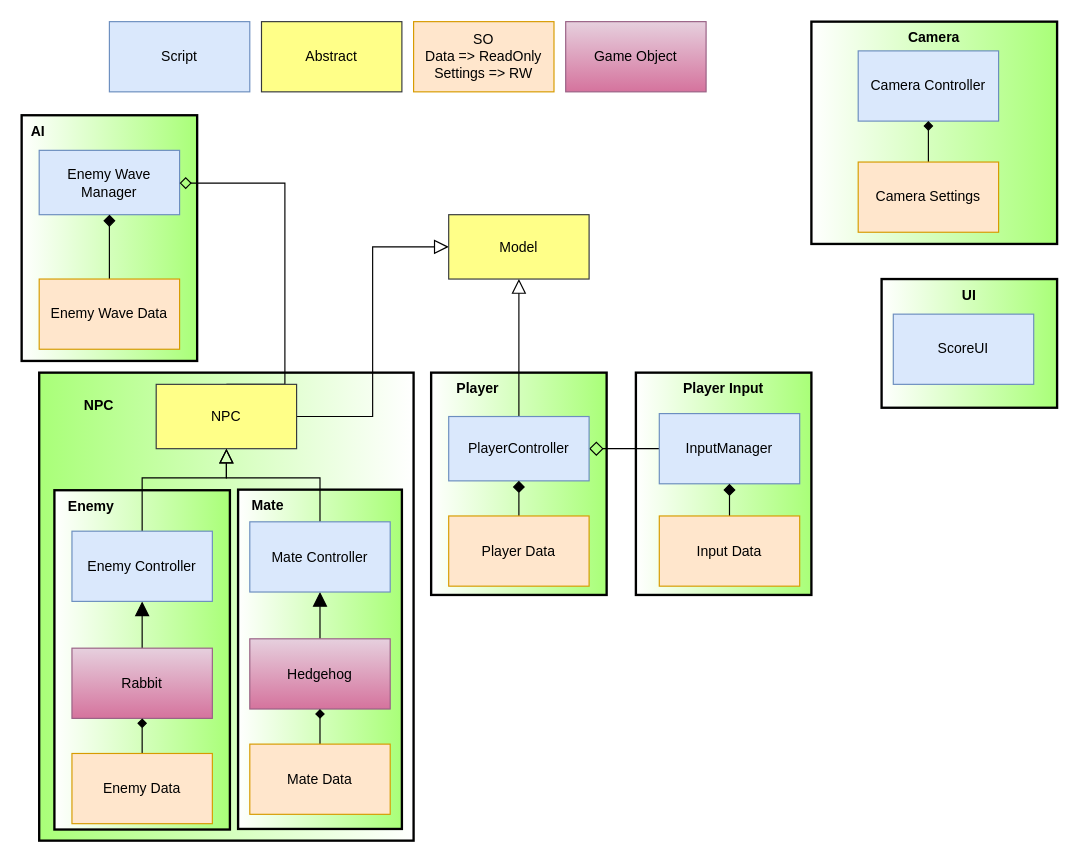
KodluyoruzDev147/H3-OmerAsikoglu-FirstOfUs keeps this draw.io diagram as FirstOfUs.drawio. Above is the earlier version. Source tidied: cells renumbered, new cells numbered last; positions are measured from the earlier drawing's top-left corner, leaving out a move shared by most shapes. Both pictures are drawn from the tidied source at 117%, with x=0, y=0 at pixel (21, 21).
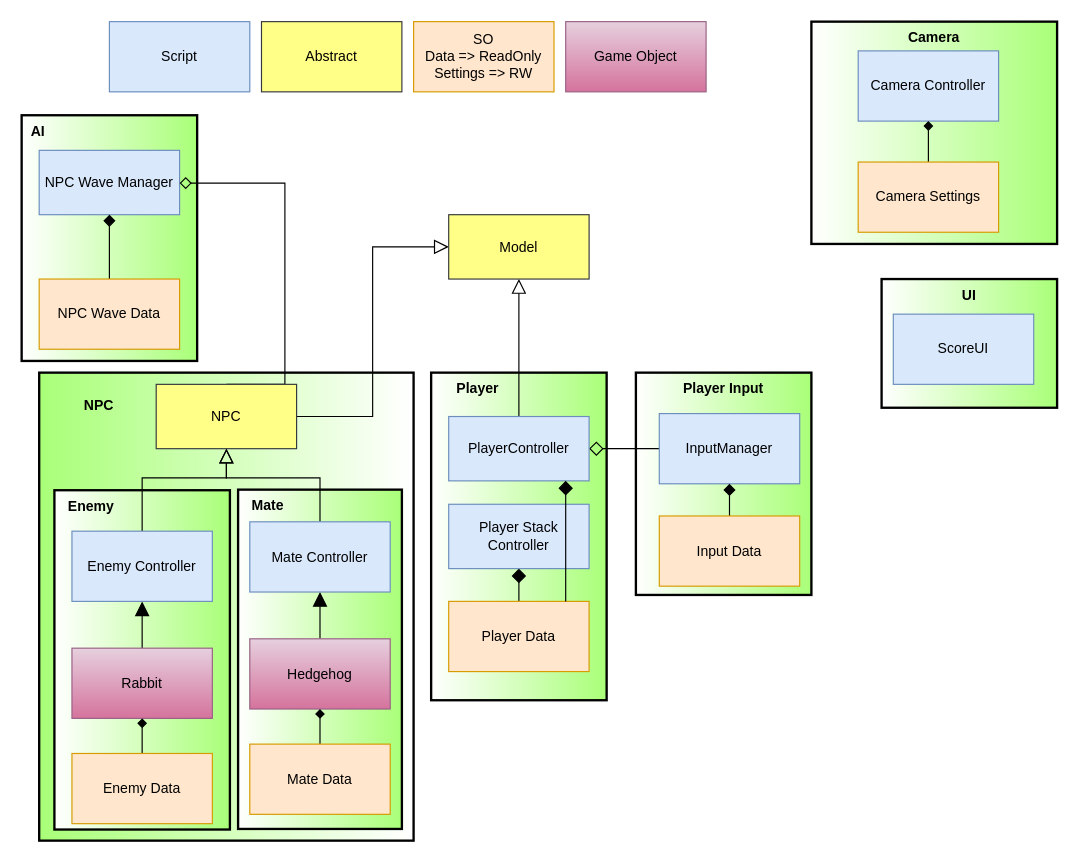
The same page after the edit.

Unchanged cells that the change refers to:
```xml
<mxCell id="21" value="PlayerController" style="rounded=0;whiteSpace=wrap;html=1;fillColor=#dae8fc;strokeColor=#6c8ebf;" parent="1" vertex="1">
  <mxGeometry x="365" y="337.5" width="120" height="55" as="geometry" />
</mxCell>
```

What changed in the source:
```diff
@@
     <mxCell id="6" value="&lt;b&gt;&amp;nbsp; &amp;nbsp; &amp;nbsp; Player&lt;/b&gt;" style="rounded=0;whiteSpace=wrap;html=1;fillColor=#A9FF78;arcSize=50;labelPadding=0;shadow=0;sketch=0;glass=0;strokeWidth=2;verticalAlign=top;gradientColor=#ffffff;gradientDirection=west;align=left;" parent="1" vertex="1">
-      <mxGeometry x="350" y="300" width="150" height="190" as="geometry" />
+      <mxGeometry x="350" y="300" width="150" height="280" as="geometry" />
     </mxCell>
@@
-    <mxCell id="22" value="Enemy Wave Manager" style="rounded=0;whiteSpace=wrap;html=1;fillColor=#dae8fc;strokeColor=#6c8ebf;" parent="1" vertex="1">
+    <mxCell id="22" value="NPC Wave Manager" style="rounded=0;whiteSpace=wrap;html=1;fillColor=#dae8fc;strokeColor=#6c8ebf;" parent="1" vertex="1">
       <mxGeometry x="15" y="110" width="120" height="55" as="geometry" />
     </mxCell>
@@
-    <mxCell id="32" value="Enemy Wave Data" style="rounded=0;whiteSpace=wrap;html=1;fillColor=#ffe6cc;strokeColor=#d79b00;" parent="1" vertex="1">
+    <mxCell id="32" value="NPC Wave Data" style="rounded=0;whiteSpace=wrap;html=1;fillColor=#ffe6cc;strokeColor=#d79b00;" parent="1" vertex="1">
       <mxGeometry x="15" y="220" width="120" height="60" as="geometry" />
     </mxCell>
-    <mxCell id="33" style="edgeStyle=orthogonalEdgeStyle;rounded=0;jettySize=auto;html=1;endArrow=diamond;endFill=1;endSize=8;" parent="1" edge="1" source="34" target="21">
-      <mxGeometry relative="1" as="geometry" />
-    </mxCell>
+    <mxCell id="45" style="edgeStyle=orthogonalEdgeStyle;rounded=0;jettySize=auto;html=1;endArrow=diamond;endFill=1;endSize=10;" parent="1" edge="1" source="34" target="46">
+      <mxGeometry relative="1" as="geometry" />
+    </mxCell>
     <mxCell id="34" value="Player Data" style="rounded=0;whiteSpace=wrap;html=1;fillColor=#ffe6cc;strokeColor=#d79b00;" parent="1" vertex="1">
-      <mxGeometry x="365" y="422.5" width="120" height="60" as="geometry" />
+      <mxGeometry x="365" y="495.5" width="120" height="60" as="geometry" />
     </mxCell>
@@
+    <mxCell id="46" value="Player Stack Controller" style="rounded=0;whiteSpace=wrap;html=1;fillColor=#dae8fc;strokeColor=#6c8ebf;" parent="1" vertex="1">
+      <mxGeometry x="365" y="412.5" width="120" height="55" as="geometry" />
+    </mxCell>
+    <mxCell id="33" style="edgeStyle=orthogonalEdgeStyle;rounded=0;jettySize=auto;html=1;endArrow=diamond;endFill=1;endSize=10;" parent="1" edge="1" source="34" target="21">
+      <mxGeometry relative="1" as="geometry">
+        <Array as="points">
+          <mxPoint x="465" y="450" />
+          <mxPoint x="465" y="450" />
+        </Array>
+      </mxGeometry>
+    </mxCell>
```
